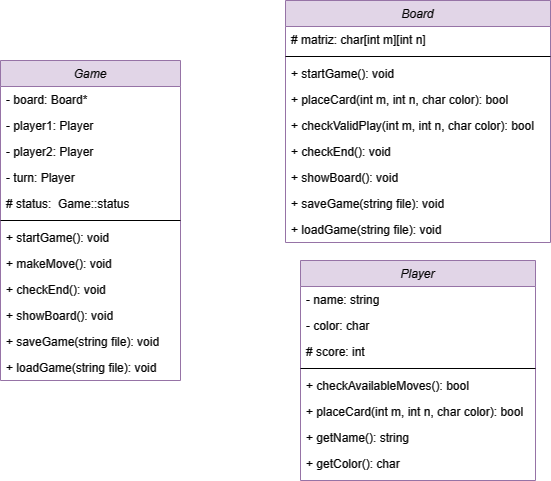
The draw.io diagram Othello.png in AntekR/ParcialII, before a commit. Source tidied: cells renumbered, new cells last; positions are measured from the earlier drawing's top-left corner, leaving out a move shared by most shapes.
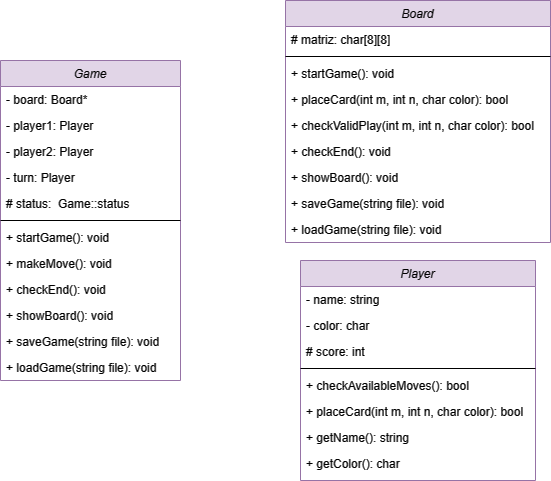
The same file after the commit.

Diff of the diagram source:
```diff
@@ -44,7 +44,7 @@
     <mxCell id="15" value="Board" style="swimlane;fontStyle=2;align=center;verticalAlign=top;horizontal=1;startSize=26;rounded=0;shadow=0;strokeWidth=1;fillColor=#e1d5e7;strokeColor=#9673a6;" parent="1" vertex="1">
       <mxGeometry x="285" width="265" height="242" as="geometry" />
     </mxCell>
-    <mxCell id="16" value="# matriz: char[int m][int n]" style="text;align=left;verticalAlign=top;spacingLeft=4;spacingRight=4;overflow=hidden;" parent="15" vertex="1">
+    <mxCell id="16" value="# matriz: char[8][8]" style="text;align=left;verticalAlign=top;spacingLeft=4;spacingRight=4;overflow=hidden;" parent="15" vertex="1">
       <mxGeometry y="26" width="265" height="26" as="geometry" />
     </mxCell>
     <mxCell id="17" style="line;html=1;strokeWidth=1;align=left;verticalAlign=middle;spacingTop=-1;spacingLeft=3;spacingRight=3;labelPosition=right;" parent="15" vertex="1">
```
